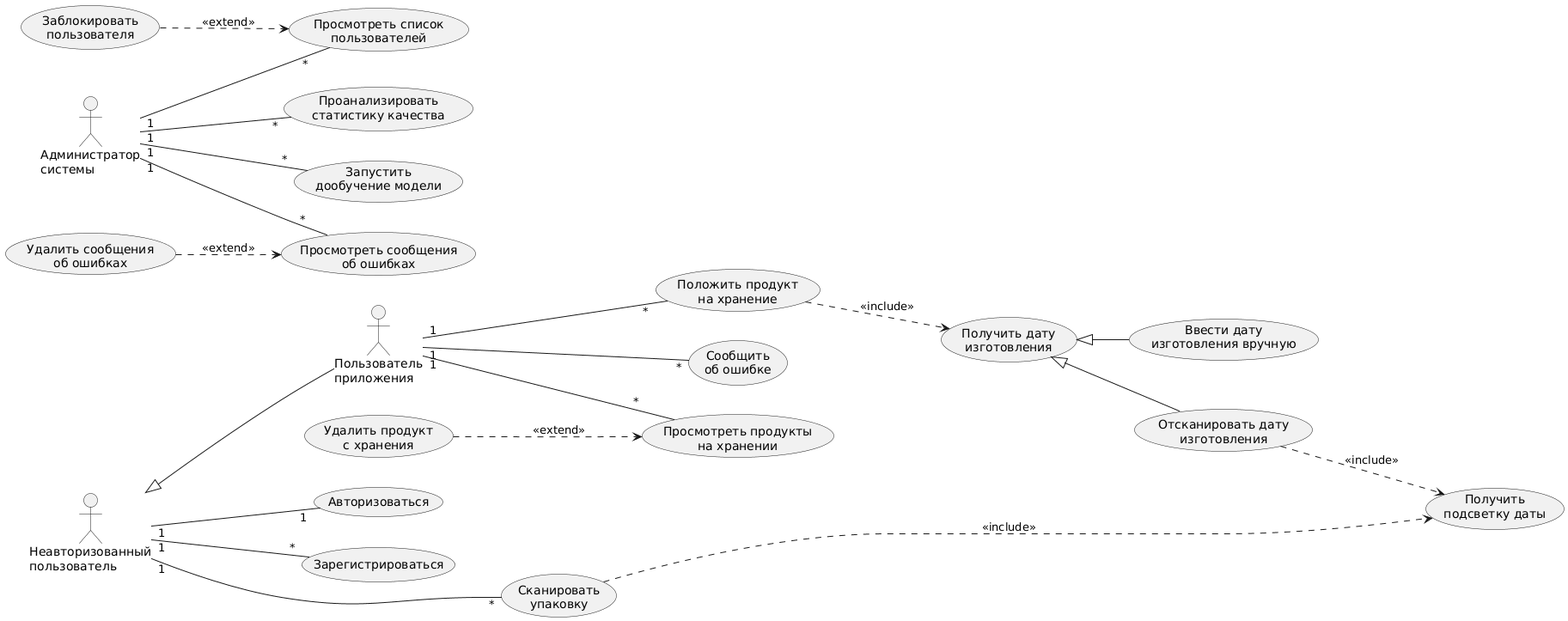
timourka/diplom keeps this PlantUML diagram as docs/use-case.png. Above is the earlier version.
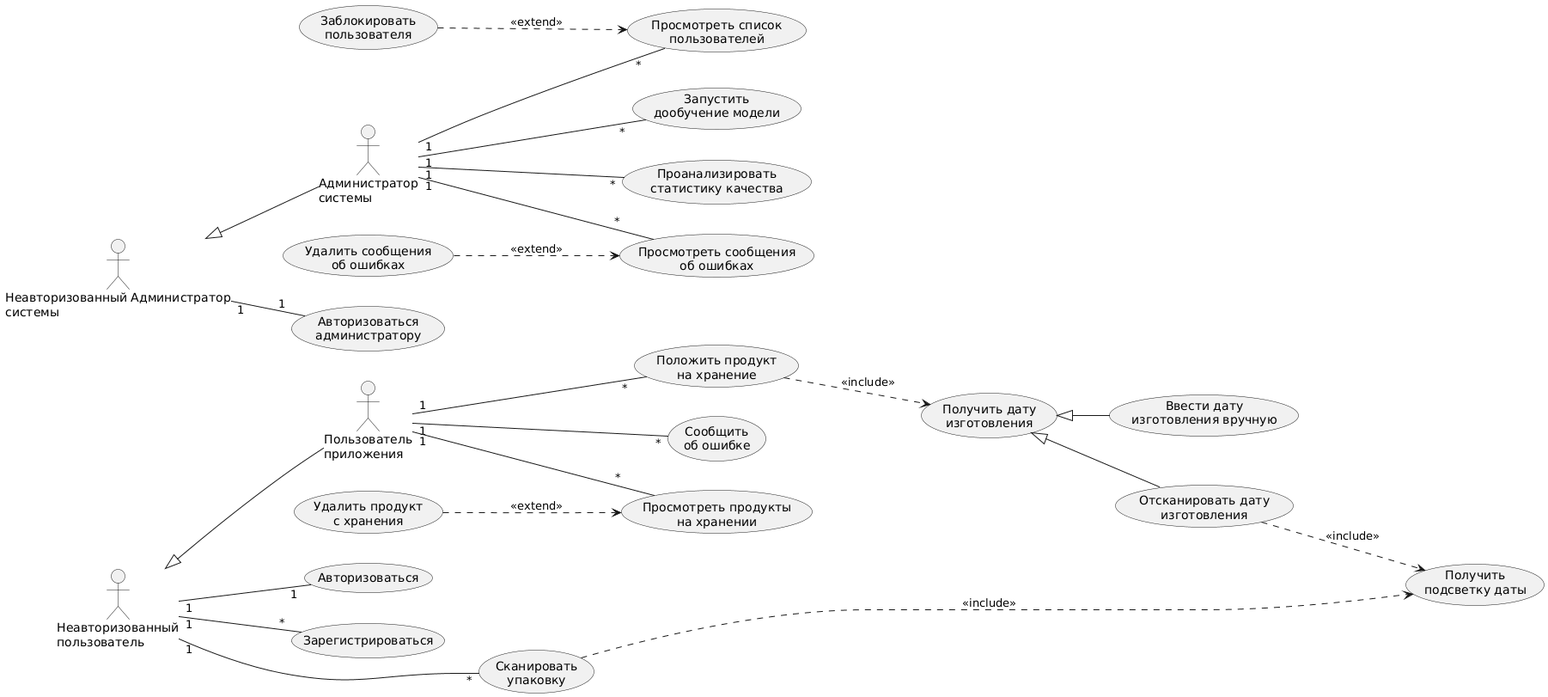
Later version of the same file.

Commit message:
правки usecase

What changed in the source:
```diff
@@ -4,8 +4,10 @@
 actor "Неавторизованный\nпользователь" as UserNotAuf
 actor "Пользователь\nприложения" as User
 actor "Администратор\nсистемы" as Admin
+actor "Неавторизованный Администратор\nсистемы" as AdminNotAuf
 
 UserNotAuf <|-- User
+AdminNotAuf <|-- Admin
 
 usecase "Сканировать\nупаковку" as UC_Scan
 usecase "Получить\nподсветку даты" as UC_Highlight
@@ -21,6 +23,7 @@
 usecase "Отсканировать дату\nизготовления" as UC_ScanExprDate
 usecase "Ввести дату\nизготовления вручную" as UC_EnterExprDate
 
+usecase "Авторизоваться\nадминистратору" as UC_AuthAdmin
 usecase "Запустить\nдообучение модели" as UC_Retrain
 usecase "Проанализировать\nстатистику качества" as UC_Stats
 usecase "Просмотреть список\nпользователей" as UC_Users
@@ -31,6 +34,8 @@
 UserNotAuf "1" -- "*" UC_Register
 UserNotAuf "1" -- "1" UC_AuthUser
 UserNotAuf "1" -- "*" UC_Scan
+
+AdminNotAuf "1" -- "1" UC_AuthAdmin
 
 User "1" -- "*" UC_Report
 User "1" -- "*" UC_Keep
```
